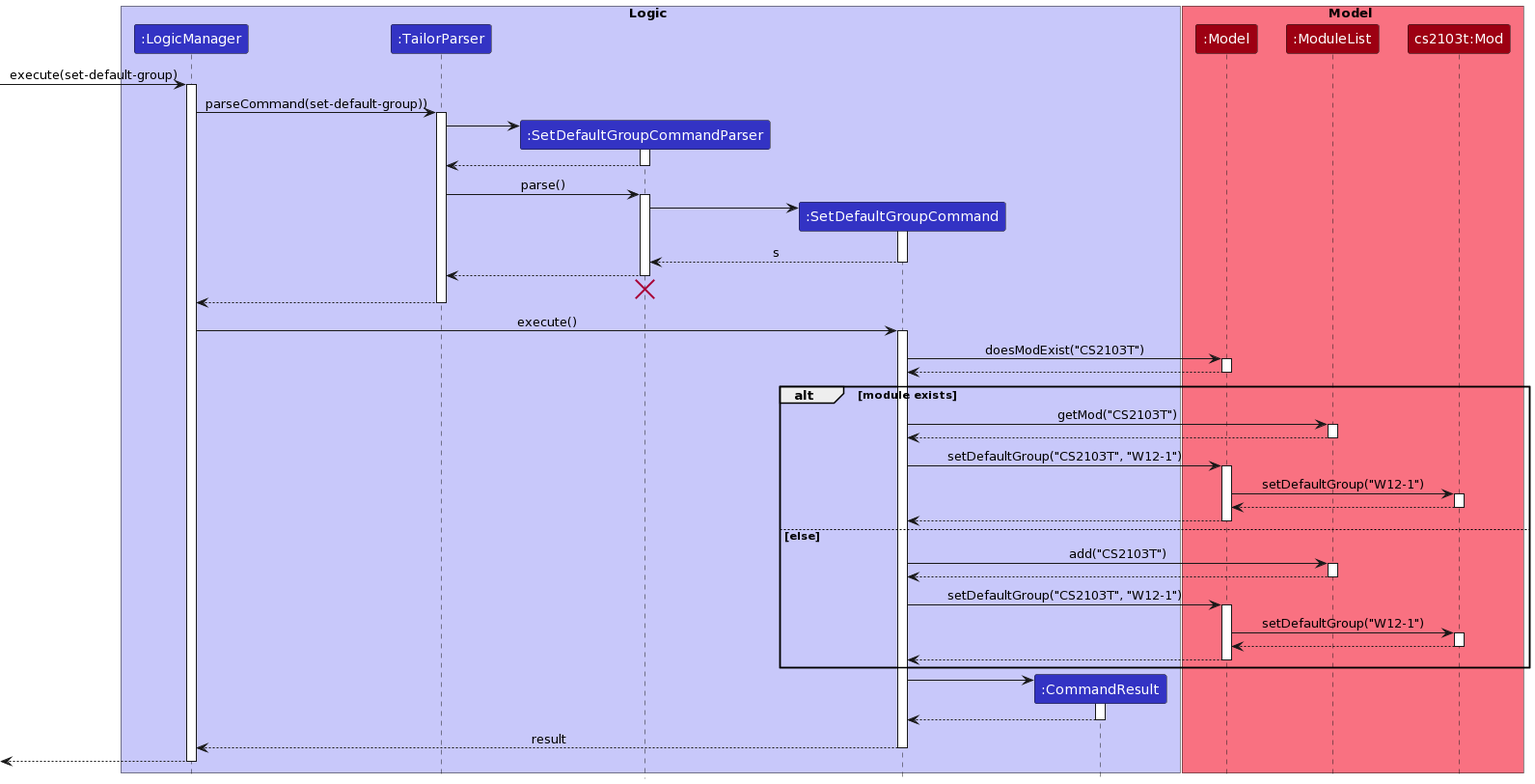
This is docs/images/SetDefaultSequenceDiagram.png from s7manth/tp, a PlantUML export, as it was before one commit.
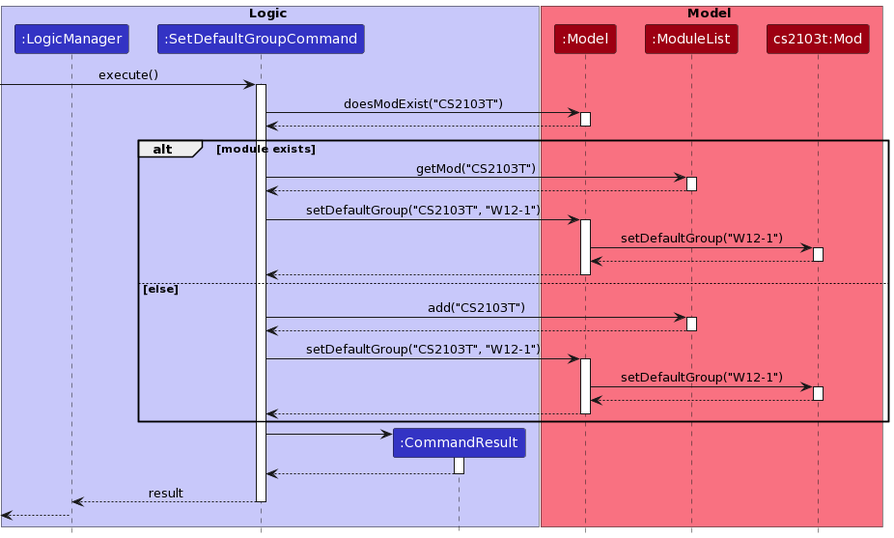
The same file after the commit.

Commit message:
update parsing information in DG. Also correct set-default command's sequence diagram

Change to the diagram source:
```diff
@@ -75,8 +75,6 @@
 
 box Logic LOGIC_COLOR_T1
 participant ":LogicManager" as LogicManager LOGIC_COLOR
-participant ":TailorParser" as TailorParser LOGIC_COLOR
-participant ":SetDefaultGroupCommandParser" as SetDefaultGroupCommandParser LOGIC_COLOR
 participant ":SetDefaultGroupCommand" as SetDefaultGroupCommand LOGIC_COLOR
 participant ":CommandResult" as CommandResult LOGIC_COLOR
 end box
@@ -87,38 +85,8 @@
 participant "cs2103t:Mod" as Mod MODEL_COLOR
 end box
 
-[-> LogicManager : execute(set-default-group)
-activate LogicManager
 
-LogicManager -> TailorParser : parseCommand(set-default-group))
-activate TailorParser
-
-create SetDefaultGroupCommandParser
-TailorParser -> SetDefaultGroupCommandParser
-activate SetDefaultGroupCommandParser
-
-SetDefaultGroupCommandParser --> TailorParser
-deactivate SetDefaultGroupCommandParser
-
-TailorParser -> SetDefaultGroupCommandParser : parse()
-activate SetDefaultGroupCommandParser
-
-create SetDefaultGroupCommand
-SetDefaultGroupCommandParser -> SetDefaultGroupCommand
-activate SetDefaultGroupCommand
-
-SetDefaultGroupCommand --> SetDefaultGroupCommandParser : s
-deactivate SetDefaultGroupCommand
-
-SetDefaultGroupCommandParser --> TailorParser
-deactivate SetDefaultGroupCommandParser
-SetDefaultGroupCommandParser -[hidden]-> TailorParser
-destroy SetDefaultGroupCommandParser
-
-TailorParser --> LogicManager
-deactivate TailorParser
-
-LogicManager -> SetDefaultGroupCommand : execute()
+[-> SetDefaultGroupCommand : execute()
 activate SetDefaultGroupCommand
 
 SetDefaultGroupCommand -> Model : doesModExist("CS2103T")
```
